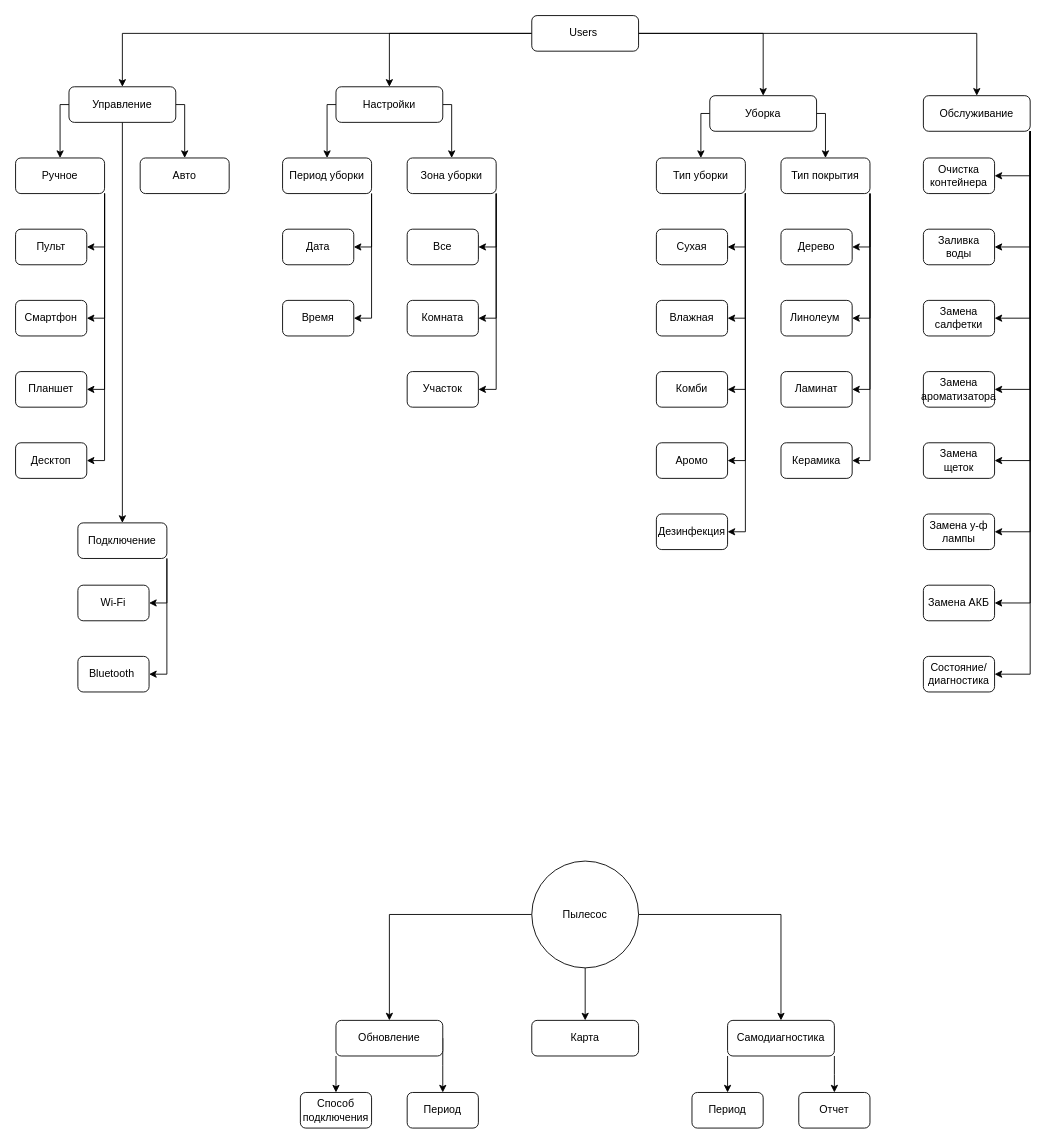
This is EDITOR3D/Диаграмма без названия.drawio from petrovich601/Arch3294, a draw.io file, before an edit. Source tidied: cells renumbered, new cells numbered last; positions are measured from the earlier drawing's top-left corner, leaving out a move shared by most shapes. Both pictures are drawn from the tidied source at 89%, with x=0, y=0 at pixel (15, 15).
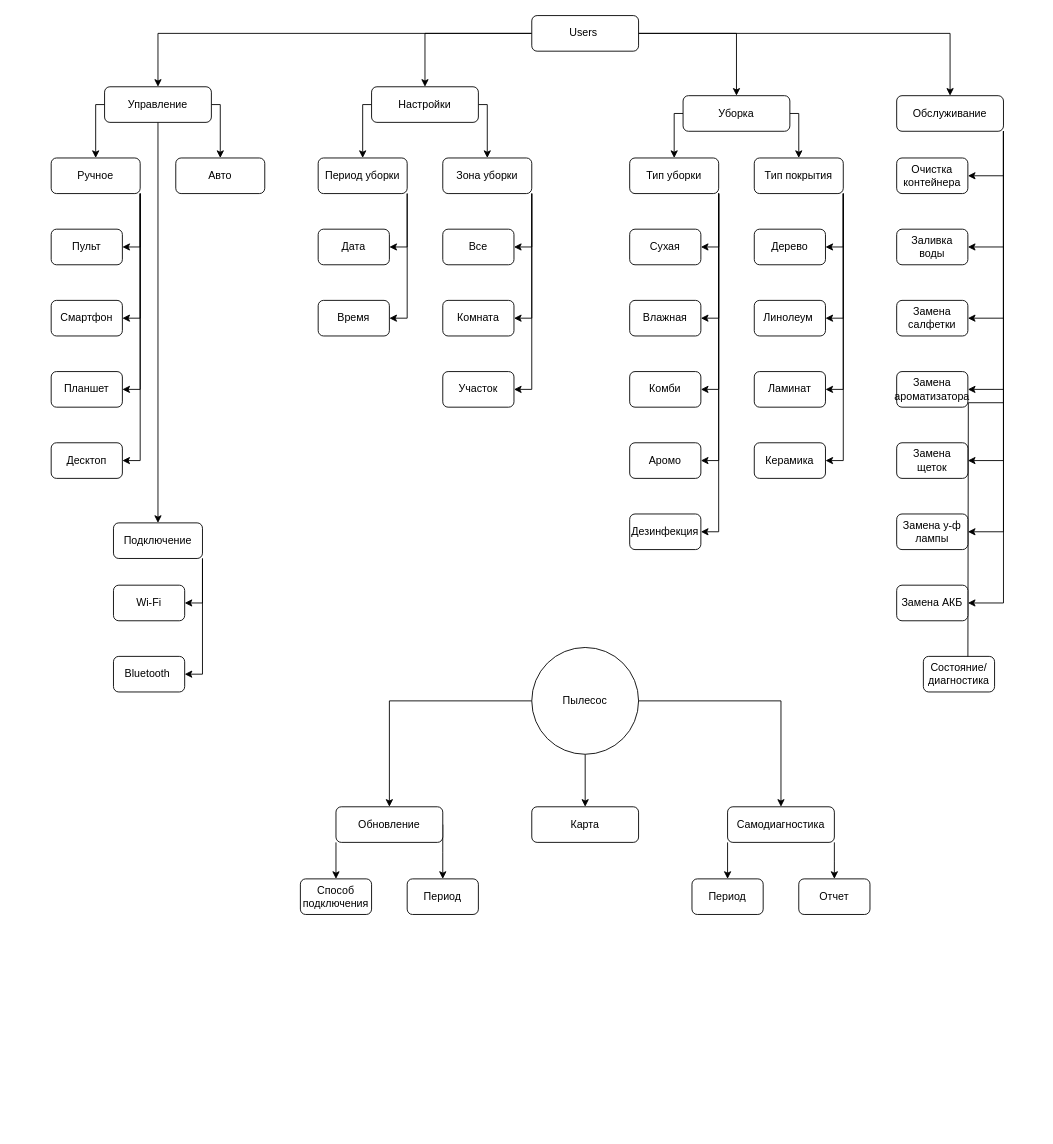
The same page after the edit.

Commit message:
Обновление Диаграмма робот.drawio

Unchanged cells that the change refers to:
```xml
<mxCell id="47" value="Состояние/&lt;br&gt;диагностика" style="rounded=1;whiteSpace=wrap;html=1;fontSize=12;glass=0;strokeWidth=1;shadow=0;" parent="1" vertex="1">
  <mxGeometry x="1020" y="720" width="80" height="40" as="geometry" />
</mxCell>
```

The edit, as a diff of the source:
```diff
@@
     <mxCell id="8" style="edgeStyle=orthogonalEdgeStyle;rounded=0;jettySize=auto;html=1;entryX=0.5;entryY=0;entryDx=0;entryDy=0;fontFamily=Helvetica;fontSize=12;fontColor=default;exitX=0;exitY=0.5;exitDx=0;exitDy=0;" parent="1" edge="1" source="10" target="64">
       <mxGeometry relative="1" as="geometry">
         <Array as="points">
-          <mxPoint x="50" y="100" />
+          <mxPoint x="90" y="100" />
         </Array>
       </mxGeometry>
     </mxCell>
     <mxCell id="9" style="edgeStyle=orthogonalEdgeStyle;rounded=0;jettySize=auto;html=1;entryX=0.5;entryY=0;entryDx=0;entryDy=0;fontFamily=Helvetica;fontSize=12;fontColor=default;exitX=1;exitY=0.5;exitDx=0;exitDy=0;" parent="1" edge="1" source="10" target="59">
       <mxGeometry relative="1" as="geometry">
         <Array as="points">
-          <mxPoint x="190" y="100" />
+          <mxPoint x="230" y="100" />
         </Array>
       </mxGeometry>
     </mxCell>
     <mxCell id="10" value="Управление" style="rounded=1;whiteSpace=wrap;html=1;fontSize=12;glass=0;strokeWidth=1;shadow=0;" parent="1" vertex="1">
-      <mxGeometry x="60" y="80" width="120" height="40" as="geometry" />
+      <mxGeometry x="100" y="80" width="120" height="40" as="geometry" />
     </mxCell>
     <mxCell id="11" style="edgeStyle=orthogonalEdgeStyle;rounded=0;jettySize=auto;html=1;entryX=0.5;entryY=0;entryDx=0;entryDy=0;fontFamily=Helvetica;fontSize=12;fontColor=default;exitX=0;exitY=0.5;exitDx=0;exitDy=0;" parent="1" edge="1" source="13" target="58">
       <mxGeometry relative="1" as="geometry">
         <Array as="points">
-          <mxPoint x="350" y="100" />
+          <mxPoint x="390" y="100" />
         </Array>
       </mxGeometry>
     </mxCell>
     <mxCell id="12" style="edgeStyle=orthogonalEdgeStyle;rounded=0;jettySize=auto;html=1;entryX=0.5;entryY=0;entryDx=0;entryDy=0;fontFamily=Helvetica;fontSize=12;fontColor=default;exitX=1;exitY=0.5;exitDx=0;exitDy=0;" parent="1" edge="1" source="13" target="55">
       <mxGeometry relative="1" as="geometry">
         <Array as="points">
-          <mxPoint x="490" y="100" />
+          <mxPoint x="530" y="100" />
         </Array>
       </mxGeometry>
     </mxCell>
     <mxCell id="13" value="Настройки" style="rounded=1;whiteSpace=wrap;html=1;fontSize=12;glass=0;strokeWidth=1;shadow=0;" parent="1" vertex="1">
-      <mxGeometry x="360" y="80" width="120" height="40" as="geometry" />
+      <mxGeometry x="400" y="80" width="120" height="40" as="geometry" />
     </mxCell>
     <mxCell id="14" style="edgeStyle=orthogonalEdgeStyle;rounded=0;jettySize=auto;html=1;entryX=0.5;entryY=0;entryDx=0;entryDy=0;fontFamily=Helvetica;fontSize=12;fontColor=default;exitX=0;exitY=0.5;exitDx=0;exitDy=0;" parent="1" edge="1" source="16" target="36">
       <mxGeometry relative="1" as="geometry">
         <Array as="points">
-          <mxPoint x="770" y="110" />
+          <mxPoint x="740" y="110" />
         </Array>
       </mxGeometry>
     </mxCell>
     <mxCell id="15" style="edgeStyle=orthogonalEdgeStyle;rounded=0;jettySize=auto;html=1;fontFamily=Helvetica;fontSize=12;fontColor=default;exitX=1;exitY=0.5;exitDx=0;exitDy=0;" parent="1" edge="1" source="16" target="30">
       <mxGeometry relative="1" as="geometry">
         <Array as="points">
-          <mxPoint x="910" y="110" />
+          <mxPoint x="880" y="110" />
         </Array>
       </mxGeometry>
     </mxCell>
     <mxCell id="16" value="Уборка" style="rounded=1;whiteSpace=wrap;html=1;fontSize=12;glass=0;strokeWidth=1;shadow=0;" parent="1" vertex="1">
-      <mxGeometry x="780" y="90" width="120" height="40" as="geometry" />
+      <mxGeometry x="750" y="90" width="120" height="40" as="geometry" />
     </mxCell>
-    <mxCell id="17" style="edgeStyle=orthogonalEdgeStyle;rounded=0;jettySize=auto;html=1;entryX=1;entryY=0.5;entryDx=0;entryDy=0;fontFamily=Helvetica;fontSize=12;fontColor=default;exitX=1;exitY=1;exitDx=0;exitDy=0;" parent="1" edge="1" source="25" target="47">
-      <mxGeometry relative="1" as="geometry" />
+    <mxCell id="17" style="edgeStyle=orthogonalEdgeStyle;rounded=0;jettySize=auto;html=1;entryX=1;entryY=0.5;entryDx=0;entryDy=0;fontFamily=Helvetica;fontSize=12;fontColor=default;exitX=1;exitY=1;exitDx=0;exitDy=0;" parent="1" edge="1" source="25">
+      <mxGeometry relative="1" as="geometry">
+        <mxPoint x="1070" y="740" as="targetPoint" />
+      </mxGeometry>
     </mxCell>
     <mxCell id="18" style="edgeStyle=orthogonalEdgeStyle;rounded=0;jettySize=auto;html=1;entryX=1;entryY=0.5;entryDx=0;entryDy=0;fontFamily=Helvetica;fontSize=12;fontColor=default;exitX=1;exitY=1;exitDx=0;exitDy=0;" parent="1" edge="1" source="25" target="48">
       <mxGeometry relative="1" as="geometry">
         <Array as="points">
-          <mxPoint x="1140" y="660" />
+          <mxPoint x="1110" y="660" />
         </Array>
       </mxGeometry>
     </mxCell>
     <mxCell id="19" style="edgeStyle=orthogonalEdgeStyle;rounded=0;jettySize=auto;html=1;entryX=1;entryY=0.5;entryDx=0;entryDy=0;fontFamily=Helvetica;fontSize=12;fontColor=default;exitX=1;exitY=1;exitDx=0;exitDy=0;" parent="1" edge="1" source="25" target="46">
       <mxGeometry relative="1" as="geometry">
         <Array as="points">
-          <mxPoint x="1140" y="580" />
+          <mxPoint x="1110" y="580" />
         </Array>
       </mxGeometry>
     </mxCell>
@@
     <mxCell id="25" value="Обслуживание" style="rounded=1;whiteSpace=wrap;html=1;fontSize=12;glass=0;strokeWidth=1;shadow=0;" parent="1" vertex="1">
-      <mxGeometry x="1020" y="90" width="120" height="40" as="geometry" />
+      <mxGeometry x="990" y="90" width="120" height="40" as="geometry" />
     </mxCell>
@@
     <mxCell id="30" value="Тип покрытия" style="rounded=1;whiteSpace=wrap;html=1;fontSize=12;glass=0;strokeWidth=1;shadow=0;" parent="1" vertex="1">
-      <mxGeometry x="860" y="160" width="100" height="40" as="geometry" />
+      <mxGeometry x="830" y="160" width="100" height="40" as="geometry" />
     </mxCell>
@@
     <mxCell id="36" value="Тип уборки" style="rounded=1;whiteSpace=wrap;html=1;fontSize=12;glass=0;strokeWidth=1;shadow=0;" parent="1" vertex="1">
-      <mxGeometry x="720" y="160" width="100" height="40" as="geometry" />
+      <mxGeometry x="690" y="160" width="100" height="40" as="geometry" />
     </mxCell>
@@
     <mxCell id="38" style="edgeStyle=orthogonalEdgeStyle;rounded=0;jettySize=auto;html=1;fontFamily=Helvetica;fontSize=12;fontColor=default;exitX=1;exitY=1;exitDx=0;exitDy=0;entryX=0.5;entryY=0;entryDx=0;entryDy=0;" parent="1" edge="1" source="39" target="93">
       <mxGeometry relative="1" as="geometry">
         <Array as="points">
-          <mxPoint x="920" y="1190" />
-          <mxPoint x="920" y="1190" />
+          <mxPoint x="920" y="950" />
+          <mxPoint x="920" y="950" />
         </Array>
       </mxGeometry>
     </mxCell>
     <mxCell id="39" value="Самодиагностика" style="rounded=1;whiteSpace=wrap;html=1;fontSize=12;glass=0;strokeWidth=1;shadow=0;" parent="1" vertex="1">
-      <mxGeometry x="800" y="1129" width="120" height="40" as="geometry" />
+      <mxGeometry x="800" y="889" width="120" height="40" as="geometry" />
     </mxCell>
@@
     <mxCell id="41" style="edgeStyle=orthogonalEdgeStyle;rounded=0;jettySize=auto;html=1;entryX=0.5;entryY=0;entryDx=0;entryDy=0;fontFamily=Helvetica;fontSize=12;fontColor=default;exitX=1;exitY=0.5;exitDx=0;exitDy=0;" parent="1" edge="1" source="42" target="95">
       <mxGeometry relative="1" as="geometry">
         <Array as="points">
-          <mxPoint x="480" y="1180" />
-          <mxPoint x="480" y="1180" />
+          <mxPoint x="480" y="940" />
+          <mxPoint x="480" y="940" />
         </Array>
       </mxGeometry>
     </mxCell>
     <mxCell id="42" value="Обновление" style="rounded=1;whiteSpace=wrap;html=1;fontSize=12;glass=0;strokeWidth=1;shadow=0;" parent="1" vertex="1">
-      <mxGeometry x="360" y="1129" width="120" height="40" as="geometry" />
+      <mxGeometry x="360" y="889" width="120" height="40" as="geometry" />
     </mxCell>
     <mxCell id="43" value="Очистка&lt;br&gt;контейнера" style="rounded=1;whiteSpace=wrap;html=1;fontSize=12;glass=0;strokeWidth=1;shadow=0;" parent="1" vertex="1">
-      <mxGeometry x="1020" y="160" width="80" height="40" as="geometry" />
+      <mxGeometry x="990" y="160" width="80" height="40" as="geometry" />
     </mxCell>
     <mxCell id="44" value="Заливка&lt;br&gt;воды" style="rounded=1;whiteSpace=wrap;html=1;fontSize=12;glass=0;strokeWidth=1;shadow=0;" parent="1" vertex="1">
-      <mxGeometry x="1020" y="240" width="80" height="40" as="geometry" />
+      <mxGeometry x="990" y="240" width="80" height="40" as="geometry" />
     </mxCell>
     <mxCell id="45" value="Пульт" style="rounded=1;whiteSpace=wrap;html=1;fontSize=12;glass=0;strokeWidth=1;shadow=0;" parent="1" vertex="1">
-      <mxGeometry y="240" width="80" height="40" as="geometry" />
+      <mxGeometry x="40" y="240" width="80" height="40" as="geometry" />
     </mxCell>
     <mxCell id="46" value="Замена у-ф лампы" style="rounded=1;whiteSpace=wrap;html=1;fontSize=12;glass=0;strokeWidth=1;shadow=0;" parent="1" vertex="1">
-      <mxGeometry x="1020" y="560" width="80" height="40" as="geometry" />
+      <mxGeometry x="990" y="560" width="80" height="40" as="geometry" />
     </mxCell>
@@
     <mxCell id="48" value="Замена АКБ" style="rounded=1;whiteSpace=wrap;html=1;fontSize=12;glass=0;strokeWidth=1;shadow=0;" parent="1" vertex="1">
-      <mxGeometry x="1020" y="640" width="80" height="40" as="geometry" />
+      <mxGeometry x="990" y="640" width="80" height="40" as="geometry" />
     </mxCell>
     <mxCell id="49" value="Замена щеток" style="rounded=1;whiteSpace=wrap;html=1;fontSize=12;glass=0;strokeWidth=1;shadow=0;" parent="1" vertex="1">
-      <mxGeometry x="1020" y="480" width="80" height="40" as="geometry" />
+      <mxGeometry x="990" y="480" width="80" height="40" as="geometry" />
     </mxCell>
     <mxCell id="50" value="Замена&lt;br style=&quot;border-color: var(--border-color);&quot;&gt;ароматизатора" style="rounded=1;whiteSpace=wrap;html=1;fontSize=12;glass=0;strokeWidth=1;shadow=0;" parent="1" vertex="1">
-      <mxGeometry x="1020" y="400" width="80" height="40" as="geometry" />
+      <mxGeometry x="990" y="400" width="80" height="40" as="geometry" />
     </mxCell>
     <mxCell id="51" value="Замена&lt;br&gt;салфетки" style="rounded=1;whiteSpace=wrap;html=1;fontSize=12;glass=0;strokeWidth=1;shadow=0;" parent="1" vertex="1">
-      <mxGeometry x="1020" y="320" width="80" height="40" as="geometry" />
+      <mxGeometry x="990" y="320" width="80" height="40" as="geometry" />
     </mxCell>
@@
     <mxCell id="55" value="Зона уборки" style="rounded=1;whiteSpace=wrap;html=1;fontSize=12;glass=0;strokeWidth=1;shadow=0;" parent="1" vertex="1">
-      <mxGeometry x="440" y="160" width="100" height="40" as="geometry" />
+      <mxGeometry x="480" y="160" width="100" height="40" as="geometry" />
     </mxCell>
@@
     <mxCell id="58" value="Период уборки" style="rounded=1;whiteSpace=wrap;html=1;fontSize=12;glass=0;strokeWidth=1;shadow=0;" parent="1" vertex="1">
-      <mxGeometry x="300" y="160" width="100" height="40" as="geometry" />
+      <mxGeometry x="340" y="160" width="100" height="40" as="geometry" />
     </mxCell>
     <mxCell id="59" value="Авто" style="rounded=1;whiteSpace=wrap;html=1;fontSize=12;glass=0;strokeWidth=1;shadow=0;" parent="1" vertex="1">
-      <mxGeometry x="140" y="160" width="100" height="40" as="geometry" />
+      <mxGeometry x="180" y="160" width="100" height="40" as="geometry" />
     </mxCell>
@@
     <mxCell id="64" value="Ручное" style="rounded=1;whiteSpace=wrap;html=1;fontSize=12;glass=0;strokeWidth=1;shadow=0;" parent="1" vertex="1">
-      <mxGeometry y="160" width="100" height="40" as="geometry" />
+      <mxGeometry x="40" y="160" width="100" height="40" as="geometry" />
     </mxCell>
     <mxCell id="65" value="Смартфон" style="rounded=1;whiteSpace=wrap;html=1;fontSize=12;glass=0;strokeWidth=1;shadow=0;" parent="1" vertex="1">
-      <mxGeometry y="320" width="80" height="40" as="geometry" />
+      <mxGeometry x="40" y="320" width="80" height="40" as="geometry" />
     </mxCell>
     <mxCell id="66" value="Планшет" style="rounded=1;whiteSpace=wrap;html=1;fontSize=12;glass=0;strokeWidth=1;shadow=0;" parent="1" vertex="1">
-      <mxGeometry y="400" width="80" height="40" as="geometry" />
+      <mxGeometry x="40" y="400" width="80" height="40" as="geometry" />
     </mxCell>
     <mxCell id="67" value="Десктоп" style="rounded=1;whiteSpace=wrap;html=1;fontSize=12;glass=0;strokeWidth=1;shadow=0;" parent="1" vertex="1">
-      <mxGeometry y="480" width="80" height="40" as="geometry" />
+      <mxGeometry x="40" y="480" width="80" height="40" as="geometry" />
     </mxCell>
     <mxCell id="68" value="Дата" style="rounded=1;whiteSpace=wrap;html=1;fontSize=12;glass=0;strokeWidth=1;shadow=0;" parent="1" vertex="1">
-      <mxGeometry x="300" y="240" width="80" height="40" as="geometry" />
+      <mxGeometry x="340" y="240" width="80" height="40" as="geometry" />
     </mxCell>
-    <mxCell id="69" style="edgeStyle=orthogonalEdgeStyle;rounded=0;jettySize=auto;html=1;entryX=1;entryY=0.5;entryDx=0;entryDy=0;fontFamily=Helvetica;fontSize=12;fontColor=default;exitX=1;exitY=1;exitDx=0;exitDy=0;" parent="1" edge="1" source="71" target="86">
-      <mxGeometry relative="1" as="geometry" />
+    <mxCell id="69" style="edgeStyle=orthogonalEdgeStyle;rounded=0;jettySize=auto;html=1;entryX=1;entryY=0.5;entryDx=0;entryDy=0;fontFamily=Helvetica;fontSize=12;fontColor=default;exitX=1;exitY=1;exitDx=0;exitDy=0;" parent="1" edge="1" source="71">
+      <mxGeometry relative="1" as="geometry">
+        <mxPoint x="190" y="740" as="targetPoint" />
+        <Array as="points">
+          <mxPoint x="210" y="740" />
+        </Array>
+      </mxGeometry>
     </mxCell>
@@
     <mxCell id="71" value="Подключение" style="rounded=1;whiteSpace=wrap;html=1;fontSize=12;glass=0;strokeWidth=1;shadow=0;" parent="1" vertex="1">
-      <mxGeometry x="70" y="570" width="100" height="40" as="geometry" />
+      <mxGeometry x="110" y="570" width="100" height="40" as="geometry" />
     </mxCell>
     <mxCell id="72" value="Сухая" style="rounded=1;whiteSpace=wrap;html=1;fontSize=12;glass=0;strokeWidth=1;shadow=0;" parent="1" vertex="1">
-      <mxGeometry x="720" y="240" width="80" height="40" as="geometry" />
+      <mxGeometry x="690" y="240" width="80" height="40" as="geometry" />
     </mxCell>
     <mxCell id="73" value="Время" style="rounded=1;whiteSpace=wrap;html=1;fontSize=12;glass=0;strokeWidth=1;shadow=0;" parent="1" vertex="1">
-      <mxGeometry x="300" y="320" width="80" height="40" as="geometry" />
+      <mxGeometry x="340" y="320" width="80" height="40" as="geometry" />
     </mxCell>
     <mxCell id="74" value="Дерево" style="rounded=1;whiteSpace=wrap;html=1;fontSize=12;glass=0;strokeWidth=1;shadow=0;" parent="1" vertex="1">
-      <mxGeometry x="860" y="240" width="80" height="40" as="geometry" />
+      <mxGeometry x="830" y="240" width="80" height="40" as="geometry" />
     </mxCell>
     <mxCell id="75" value="Участок" style="rounded=1;whiteSpace=wrap;html=1;fontSize=12;glass=0;strokeWidth=1;shadow=0;" parent="1" vertex="1">
-      <mxGeometry x="440" y="400" width="80" height="40" as="geometry" />
+      <mxGeometry x="480" y="400" width="80" height="40" as="geometry" />
     </mxCell>
     <mxCell id="76" value="Комната" style="rounded=1;whiteSpace=wrap;html=1;fontSize=12;glass=0;strokeWidth=1;shadow=0;" parent="1" vertex="1">
-      <mxGeometry x="440" y="320" width="80" height="40" as="geometry" />
+      <mxGeometry x="480" y="320" width="80" height="40" as="geometry" />
     </mxCell>
     <mxCell id="77" value="Все" style="rounded=1;whiteSpace=wrap;html=1;fontSize=12;glass=0;strokeWidth=1;shadow=0;" parent="1" vertex="1">
-      <mxGeometry x="440" y="240" width="80" height="40" as="geometry" />
+      <mxGeometry x="480" y="240" width="80" height="40" as="geometry" />
     </mxCell>
@@
     <mxCell id="79" value="Влажная" style="rounded=1;whiteSpace=wrap;html=1;fontSize=12;glass=0;strokeWidth=1;shadow=0;" parent="1" vertex="1">
-      <mxGeometry x="720" y="320" width="80" height="40" as="geometry" />
+      <mxGeometry x="690" y="320" width="80" height="40" as="geometry" />
     </mxCell>
     <mxCell id="80" value="Ламинат" style="rounded=1;whiteSpace=wrap;html=1;fontSize=12;glass=0;strokeWidth=1;shadow=0;" parent="1" vertex="1">
-      <mxGeometry x="860" y="400" width="80" height="40" as="geometry" />
+      <mxGeometry x="830" y="400" width="80" height="40" as="geometry" />
     </mxCell>
     <mxCell id="81" value="Линолеум&amp;nbsp;" style="rounded=1;whiteSpace=wrap;html=1;fontSize=12;glass=0;strokeWidth=1;shadow=0;" parent="1" vertex="1">
-      <mxGeometry x="860" y="320" width="80" height="40" as="geometry" />
+      <mxGeometry x="830" y="320" width="80" height="40" as="geometry" />
     </mxCell>
     <mxCell id="82" value="Керамика" style="rounded=1;whiteSpace=wrap;html=1;fontSize=12;glass=0;strokeWidth=1;shadow=0;" parent="1" vertex="1">
-      <mxGeometry x="860" y="480" width="80" height="40" as="geometry" />
+      <mxGeometry x="830" y="480" width="80" height="40" as="geometry" />
     </mxCell>
     <mxCell id="83" value="Комби" style="rounded=1;whiteSpace=wrap;html=1;fontSize=12;glass=0;strokeWidth=1;shadow=0;" parent="1" vertex="1">
-      <mxGeometry x="720" y="400" width="80" height="40" as="geometry" />
+      <mxGeometry x="690" y="400" width="80" height="40" as="geometry" />
     </mxCell>
     <mxCell id="84" value="Дезинфекция" style="rounded=1;whiteSpace=wrap;html=1;fontSize=12;glass=0;strokeWidth=1;shadow=0;" parent="1" vertex="1">
-      <mxGeometry x="720" y="560" width="80" height="40" as="geometry" />
+      <mxGeometry x="690" y="560" width="80" height="40" as="geometry" />
     </mxCell>
     <mxCell id="85" value="Аромо" style="rounded=1;whiteSpace=wrap;html=1;fontSize=12;glass=0;strokeWidth=1;shadow=0;" parent="1" vertex="1">
-      <mxGeometry x="720" y="480" width="80" height="40" as="geometry" />
+      <mxGeometry x="690" y="480" width="80" height="40" as="geometry" />
     </mxCell>
     <mxCell id="86" value="Bluetooth&amp;nbsp;" style="rounded=1;whiteSpace=wrap;html=1;fontSize=12;glass=0;strokeWidth=1;shadow=0;" parent="1" vertex="1">
-      <mxGeometry x="70" y="720" width="80" height="40" as="geometry" />
+      <mxGeometry x="110" y="720" width="80" height="40" as="geometry" />
     </mxCell>
     <mxCell id="87" value="Wi-Fi" style="rounded=1;whiteSpace=wrap;html=1;fontSize=12;glass=0;strokeWidth=1;shadow=0;" parent="1" vertex="1">
-      <mxGeometry x="70" y="640" width="80" height="40" as="geometry" />
+      <mxGeometry x="110" y="640" width="80" height="40" as="geometry" />
     </mxCell>
@@
     <mxCell id="91" value="Пылесос" style="ellipse;whiteSpace=wrap;html=1;rounded=1;shadow=0;glass=0;strokeColor=default;strokeWidth=1;fontFamily=Helvetica;fontSize=12;fontColor=default;fillColor=default;" parent="1" vertex="1">
-      <mxGeometry x="580" y="950" width="120" height="120" as="geometry" />
+      <mxGeometry x="580" y="710" width="120" height="120" as="geometry" />
     </mxCell>
     <mxCell id="92" value="Карта" style="rounded=1;whiteSpace=wrap;html=1;fontSize=12;glass=0;strokeWidth=1;shadow=0;" parent="1" vertex="1">
-      <mxGeometry x="580" y="1129" width="120" height="40" as="geometry" />
+      <mxGeometry x="580" y="889" width="120" height="40" as="geometry" />
     </mxCell>
     <mxCell id="93" value="Отчет" style="rounded=1;whiteSpace=wrap;html=1;fontSize=12;glass=0;strokeWidth=1;shadow=0;" parent="1" vertex="1">
-      <mxGeometry x="880" y="1210" width="80" height="40" as="geometry" />
+      <mxGeometry x="880" y="970" width="80" height="40" as="geometry" />
     </mxCell>
     <mxCell id="94" value="Период" style="rounded=1;whiteSpace=wrap;html=1;fontSize=12;glass=0;strokeWidth=1;shadow=0;" parent="1" vertex="1">
-      <mxGeometry x="760" y="1210" width="80" height="40" as="geometry" />
+      <mxGeometry x="760" y="970" width="80" height="40" as="geometry" />
     </mxCell>
     <mxCell id="95" value="Период" style="rounded=1;whiteSpace=wrap;html=1;fontSize=12;glass=0;strokeWidth=1;shadow=0;" parent="1" vertex="1">
-      <mxGeometry x="440" y="1210" width="80" height="40" as="geometry" />
+      <mxGeometry x="440" y="970" width="80" height="40" as="geometry" />
     </mxCell>
     <mxCell id="96" value="Способ подключения" style="rounded=1;whiteSpace=wrap;html=1;fontSize=12;glass=0;strokeWidth=1;shadow=0;" parent="1" vertex="1">
-      <mxGeometry x="320" y="1210" width="80" height="40" as="geometry" />
+      <mxGeometry x="320" y="970" width="80" height="40" as="geometry" />
     </mxCell>
```
